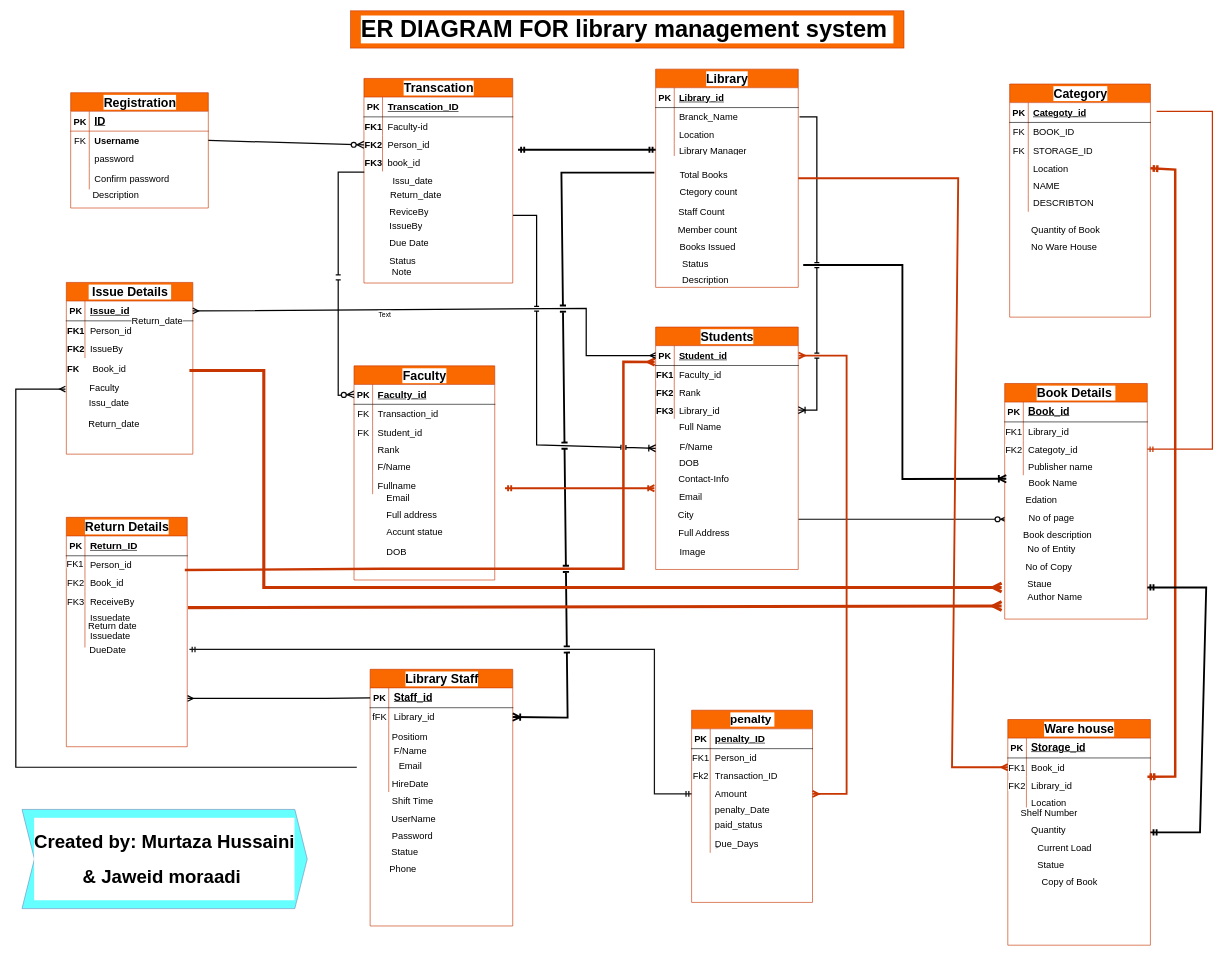
This is ER-Diagram-Library-management-System.drawio from hussaini021/Library_management, a draw.io file, before an edit. Source tidied: cells renumbered, new cells numbered last; positions are measured from the earlier drawing's top-left corner, leaving out a move shared by most shapes. Both pictures are drawn from the tidied source at 62%, with x=0, y=0 at pixel (16, 11).
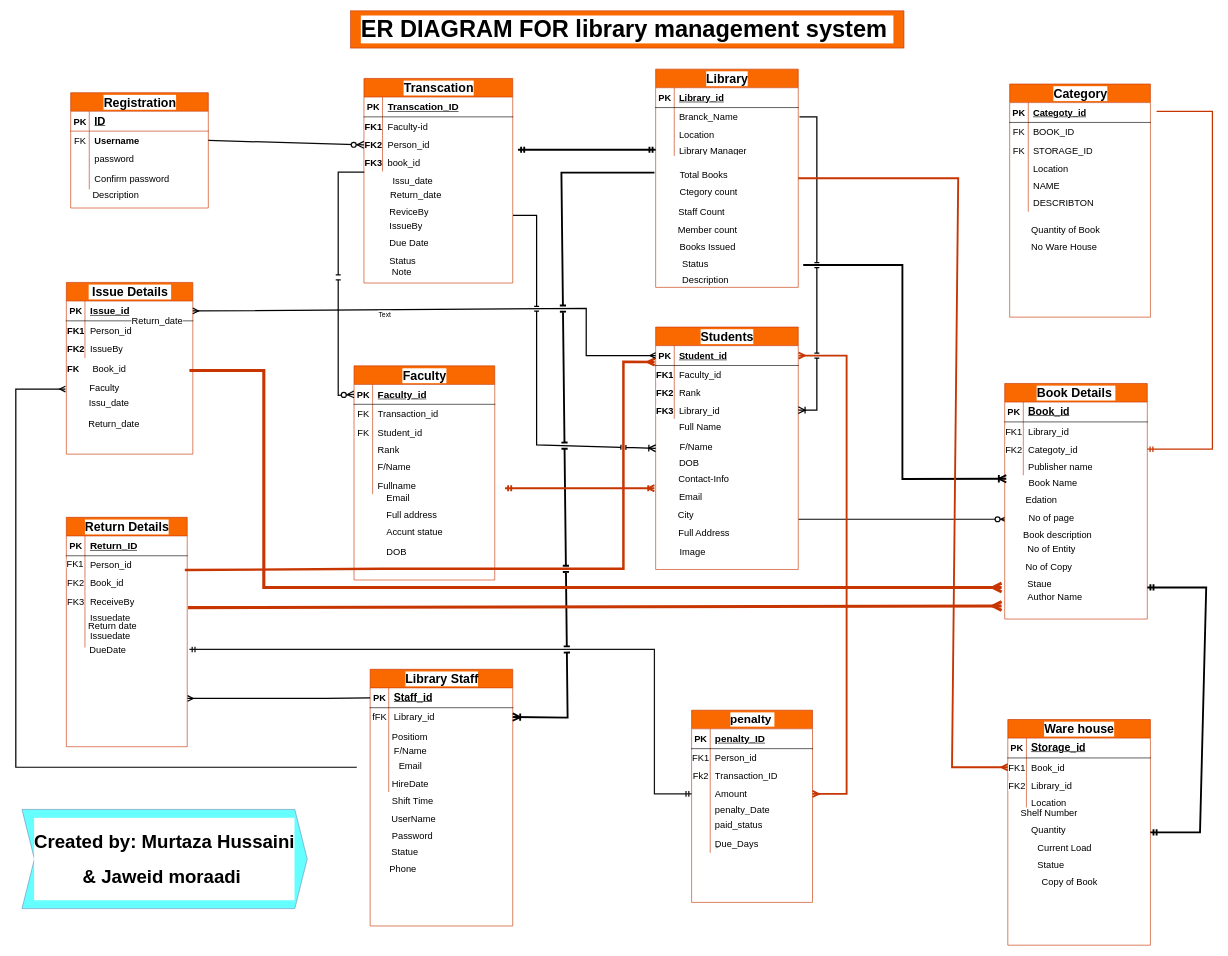
The same diagram, later.

Unchanged cells that the change refers to:
```xml
<mxCell id="162" style="shape=tableRow;horizontal=0;startSize=0;swimlaneHead=0;swimlaneBody=0;fillColor=none;points=[[0,0.5],[1,0.5]];portConstraint=eastwest;top=0;left=0;right=0;bottom=0;labelBackgroundColor=#FFFFFF;fontSize=15;" parent="158" vertex="1">
  <mxGeometry y="62" width="230" height="30" as="geometry" />
</mxCell>
<mxCell id="220" style="shape=tableRow;horizontal=0;startSize=0;swimlaneHead=0;swimlaneBody=0;fillColor=none;points=[[0,0.5],[1,0.5]];portConstraint=eastwest;top=0;left=0;right=0;bottom=0;labelBackgroundColor=#FFFFFF;swimlaneFillColor=default;strokeColor=default;fontSize=15;" parent="210" vertex="1">
  <mxGeometry y="122" width="227" height="28" as="geometry" />
</mxCell>
```

The edit, as a diff of the source:
```diff
@@
-    <mxCell id="262" style="fontSize=12;html=1;endArrow=ERmandOne;startArrow=ERmandOne;rounded=0;exitX=0.979;exitY=1.012;exitDx=0;exitDy=0;exitPerimeter=0;entryX=1;entryY=0.5;entryDx=0;entryDy=0;strokeWidth=4;fillColor=#fa6800;strokeColor=#C73500;" parent="1" edge="1" source="162" target="220">
-      <mxGeometry relative="1" as="geometry">
-        <Array as="points">
-          <mxPoint x="1870" y="1235" />
-          <mxPoint x="1870" y="256" />
-        </Array>
-      </mxGeometry>
-    </mxCell>
```
